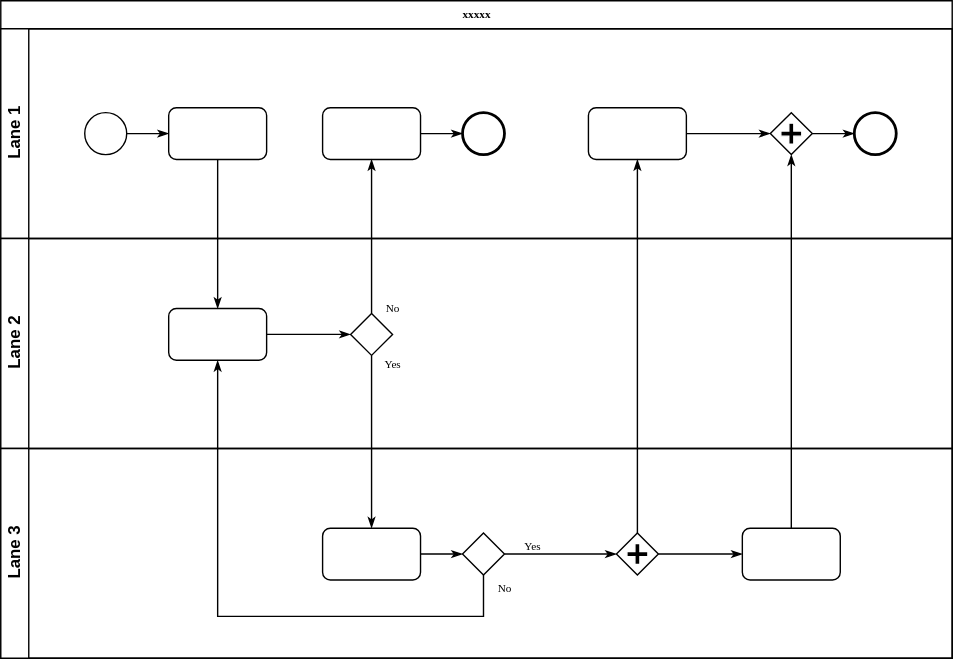
Before: 2022.2/smart_bangle/smart-bangle_ea075.drawio.svg, a diagram exported from draw.io (vm-bertini/ea075-2023.1). Source tidied: cells renumbered, new cells last; positions are measured from the earlier drawing's top-left corner, leaving out a move shared by most shapes.
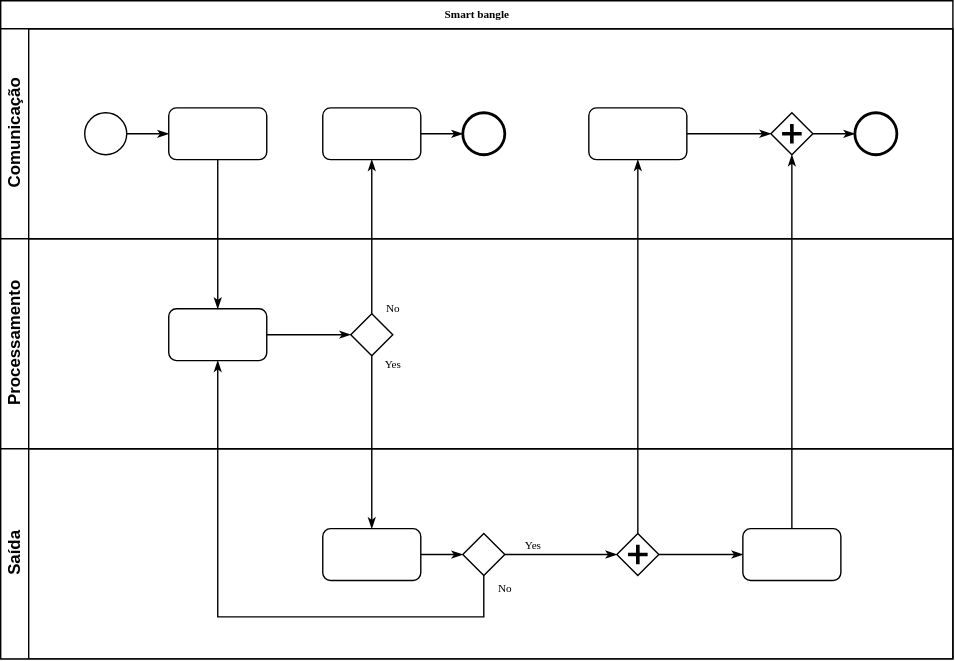
The same file after the commit.

Commit message:
Atualizando nomes no diagrama

Change to the diagram source:
```diff
@@ -2,10 +2,10 @@
   <root>
     <mxCell id="0" />
     <mxCell id="1" parent="0" />
-    <mxCell id="2" value="xxxxx" style="swimlane;html=1;horizontal=1;startSize=20;rounded=0;shadow=0;labelBackgroundColor=none;strokeWidth=1;fontFamily=Verdana;fontSize=8;align=center;" parent="1" vertex="1">
+    <mxCell id="2" value="Smart bangle" style="swimlane;html=1;horizontal=1;startSize=20;rounded=0;shadow=0;labelBackgroundColor=none;strokeWidth=1;fontFamily=Verdana;fontSize=8;align=center;" parent="1" vertex="1">
       <mxGeometry width="680" height="470" as="geometry" />
     </mxCell>
-    <mxCell id="3" value="Lane 1" style="swimlane;html=1;startSize=20;horizontal=0;" parent="2" vertex="1">
+    <mxCell id="3" value="Comunicação" style="swimlane;html=1;startSize=20;horizontal=0;" parent="2" vertex="1">
       <mxGeometry y="20" width="680" height="150" as="geometry" />
     </mxCell>
     <mxCell id="4" style="edgeStyle=orthogonalEdgeStyle;rounded=0;html=1;labelBackgroundColor=none;startArrow=none;startFill=0;startSize=5;endArrow=classicThin;endFill=1;endSize=5;jettySize=auto;strokeWidth=1;fontFamily=Verdana;fontSize=8;" parent="3" edge="1" source="5" target="6">
@@ -41,7 +41,7 @@
     <mxCell id="14" style="ellipse;whiteSpace=wrap;html=1;rounded=0;shadow=0;labelBackgroundColor=none;strokeWidth=2;fontFamily=Verdana;fontSize=8;align=center;" parent="3" vertex="1">
       <mxGeometry x="610" y="60" width="30" height="30" as="geometry" />
     </mxCell>
-    <mxCell id="15" value="Lane 2" style="swimlane;html=1;startSize=20;horizontal=0;" parent="2" vertex="1">
+    <mxCell id="15" value="Processamento" style="swimlane;html=1;startSize=20;horizontal=0;" parent="2" vertex="1">
       <mxGeometry y="170" width="680" height="150" as="geometry" />
     </mxCell>
     <mxCell id="16" style="edgeStyle=orthogonalEdgeStyle;rounded=0;html=1;labelBackgroundColor=none;startArrow=none;startFill=0;startSize=5;endArrow=classicThin;endFill=1;endSize=5;jettySize=auto;strokeWidth=1;fontFamily=Verdana;fontSize=8;" parent="15" edge="1" source="17" target="18">
@@ -53,7 +53,7 @@
     <mxCell id="18" style="strokeWidth=1;html=1;shape=mxgraph.flowchart.decision;whiteSpace=wrap;rounded=1;shadow=0;labelBackgroundColor=none;fontFamily=Verdana;fontSize=8;align=center;" parent="15" vertex="1">
       <mxGeometry x="250" y="53.5" width="30" height="30" as="geometry" />
     </mxCell>
-    <mxCell id="19" value="Lane 3" style="swimlane;html=1;startSize=20;horizontal=0;" parent="2" vertex="1">
+    <mxCell id="19" value="Saída" style="swimlane;html=1;startSize=20;horizontal=0;" parent="2" vertex="1">
       <mxGeometry y="320" width="680" height="150" as="geometry" />
     </mxCell>
     <mxCell id="20" style="edgeStyle=orthogonalEdgeStyle;rounded=0;html=1;labelBackgroundColor=none;startArrow=none;startFill=0;startSize=5;endArrow=classicThin;endFill=1;endSize=5;jettySize=auto;strokeWidth=1;fontFamily=Verdana;fontSize=8;" parent="19" edge="1" source="21" target="23">
```
